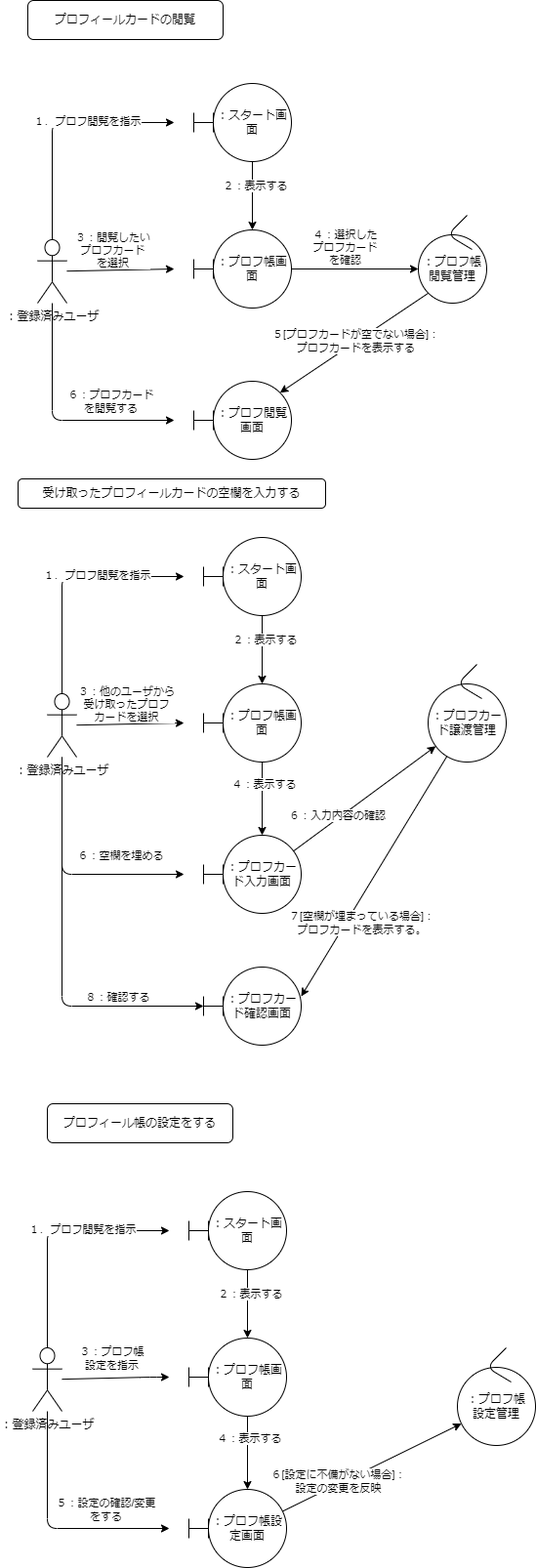
The draw.io diagram commu2.drawio.png in MoritMorit/psp-pro4, before a commit. Source tidied: cells renumbered, new cells last; positions are measured from the earlier drawing's top-left corner, leaving out a move shared by most shapes.
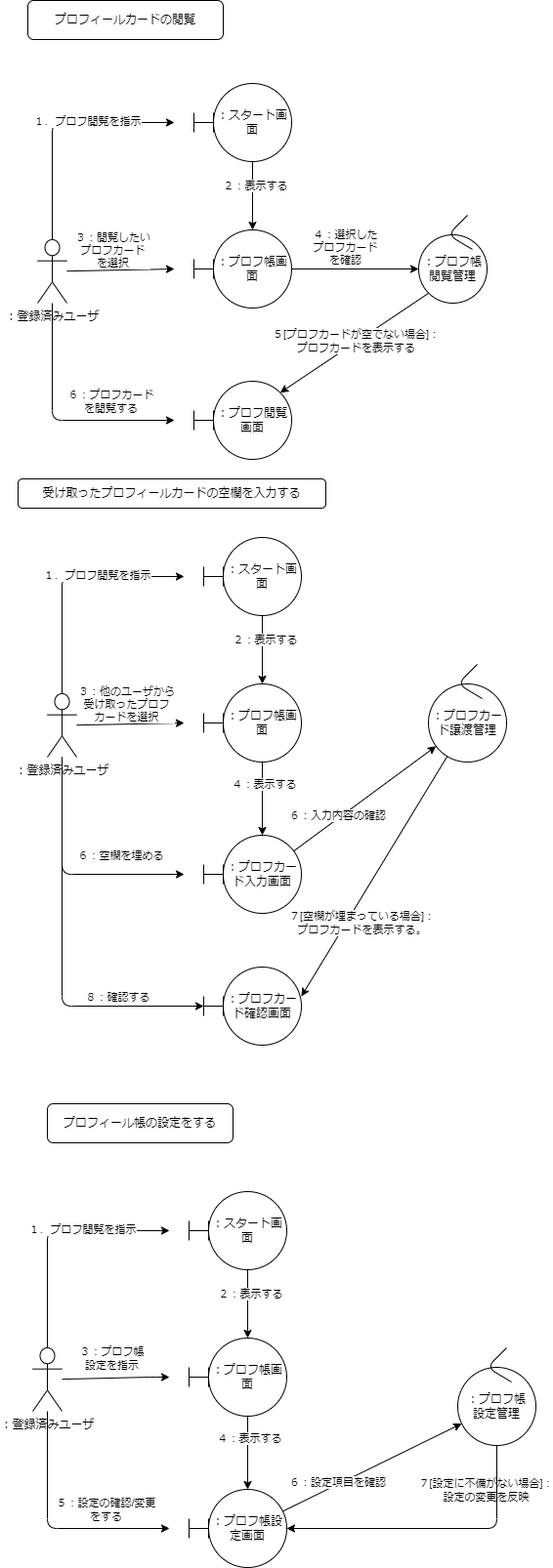
After the commit.

The edit, as a diff of the source:
```diff
@@ -268,9 +268,14 @@
     <mxCell id="62" style="edgeStyle=none;html=1;" parent="1" edge="1" source="64" target="67">
       <mxGeometry relative="1" as="geometry" />
     </mxCell>
-    <mxCell id="63" value="６[設定に不備がない場合]：&lt;br&gt;設定の変更を反映" style="edgeLabel;html=1;align=center;verticalAlign=middle;" parent="62" vertex="1">
-      <mxGeometry x="-0.37" y="3" relative="1" as="geometry" />
+    <mxCell id="63" value="７[設定に不備がない場合]：&lt;br&gt;設定の変更を反映" style="edgeLabel;html=1;align=center;verticalAlign=middle;" parent="62" vertex="1">
+      <mxGeometry x="-0.37" y="3" relative="1" as="geometry">
+        <mxPoint x="151" y="9" as="offset" />
+      </mxGeometry>
     </mxCell>
+    <mxCell id="77" value="６：設定項目を確認" style="edgeLabel;html=1;align=center;verticalAlign=middle;" parent="62" vertex="1">
+      <mxGeometry x="-0.38" y="2" relative="1" as="geometry" />
+    </mxCell>
     <mxCell id="64" value="：プロフ帳設定画面" style="ellipse;whiteSpace=wrap;html=1;" parent="1" vertex="1">
       <mxGeometry x="195" y="1525" width="80" height="80" as="geometry" />
     </mxCell>
@@ -318,5 +323,12 @@
         <mxPoint x="19" as="offset" />
       </mxGeometry>
     </mxCell>
+    <mxCell id="78" style="edgeStyle=none;html=1;entryX=1;entryY=0.5;entryDx=0;entryDy=0;" parent="1" edge="1" source="67" target="64">
+      <mxGeometry relative="1" as="geometry">
+        <Array as="points">
+          <mxPoint x="490" y="1565" />
+        </Array>
+      </mxGeometry>
+    </mxCell>
   </root>
 </mxGraphModel>
```
